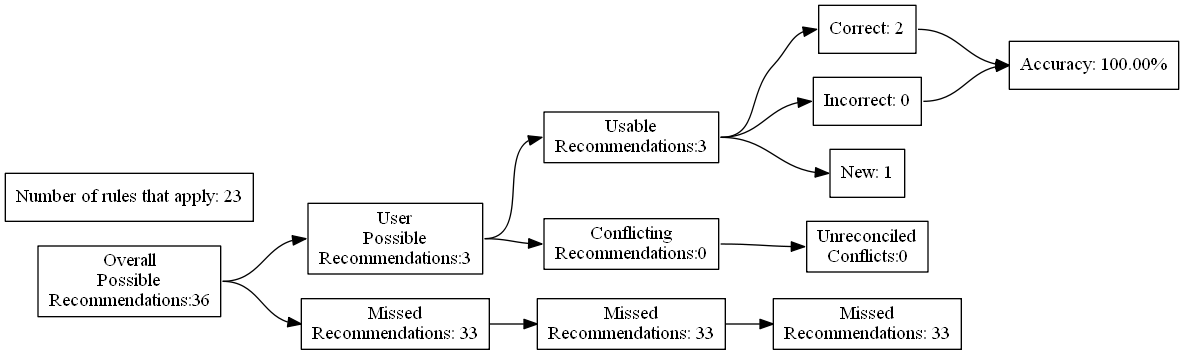
Before: test_renders/49.gv.png, a diagram exported from Graphviz (ZaxR/ibd_diet_analysis). Its source is kept beside it as test_renders/49.gv. Its diagram source:
```dot
digraph {
	graph [rankdir=LR]
	node [pos=r shape=box]
	edge [headport=w tailport=e]
		A [label="Overall
Possible
Recommendations:36"]
		B [label="User
Possible
Recommendations:3"]
		C [label="Missed
Recommendations: 33"]
		D [label="Usable
Recommendations:3"]
		E [label="Conflicting
Recommendations:0"]
		J [label="Missed
Recommendations: 33"]
		M [label="Unreconciled
Conflicts:0"]
		F [label="Correct: 2"]
		G [label="Incorrect: 0"]
		H [label="New: 1"]
		K [label="Missed
Recommendations: 33"]
		I [label="Accuracy: 100.00%"]
		l [label="Number of rules that apply: 23"]
			A -> B
			A -> C
			B -> D
			B -> E
			D -> F
			D -> G
			D -> H
			F -> I
			G -> I
			C -> J
			J -> K
			E -> M
}
```
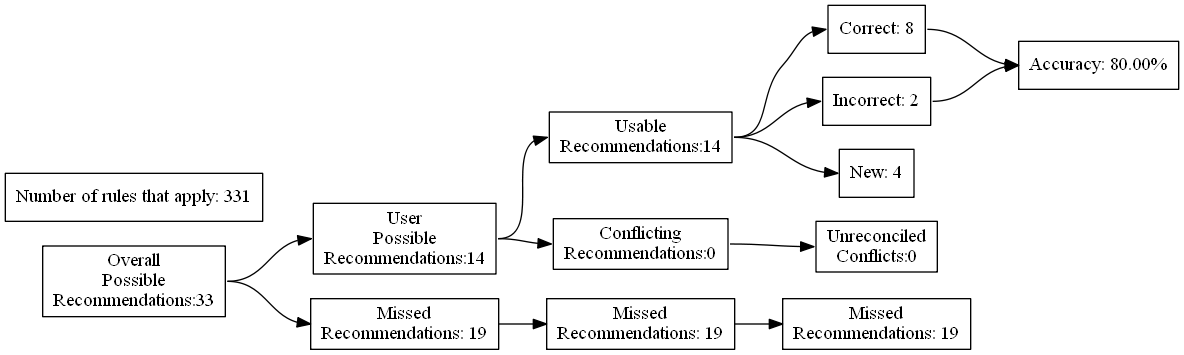
After the commit.

The edit, as a diff of the source:
```diff
@@ -4,27 +4,27 @@
 	edge [headport=w tailport=e]
 		A [label="Overall
 Possible
-Recommendations:36"]
+Recommendations:33"]
 		B [label="User
 Possible
-Recommendations:3"]
+Recommendations:14"]
 		C [label="Missed
-Recommendations: 33"]
+Recommendations: 19"]
 		D [label="Usable
-Recommendations:3"]
+Recommendations:14"]
 		E [label="Conflicting
 Recommendations:0"]
 		J [label="Missed
-Recommendations: 33"]
+Recommendations: 19"]
 		M [label="Unreconciled
 Conflicts:0"]
-		F [label="Correct: 2"]
-		G [label="Incorrect: 0"]
-		H [label="New: 1"]
+		F [label="Correct: 8"]
+		G [label="Incorrect: 2"]
+		H [label="New: 4"]
 		K [label="Missed
-Recommendations: 33"]
-		I [label="Accuracy: 100.00%"]
-		l [label="Number of rules that apply: 23"]
+Recommendations: 19"]
+		I [label="Accuracy: 80.00%"]
+		l [label="Number of rules that apply: 331"]
 			A -> B
 			A -> C
 			B -> D
```
